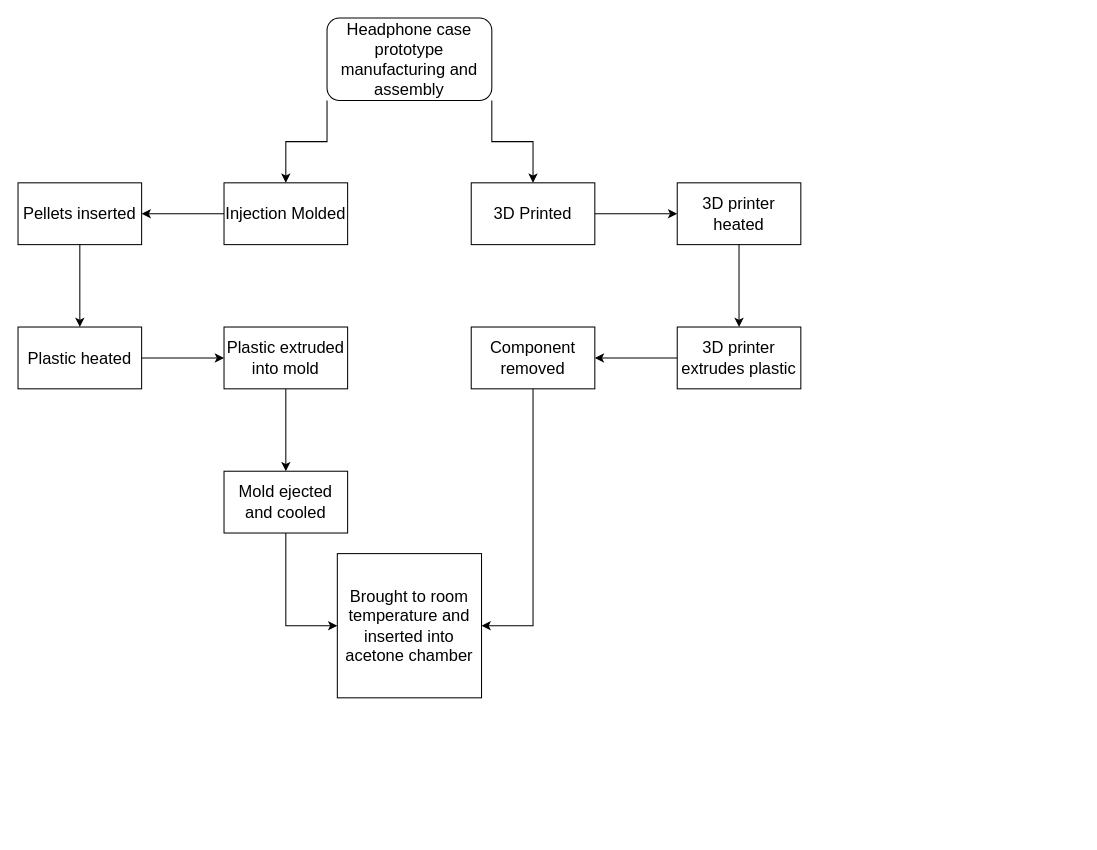
Above: Untitled Diagram.drawio in x3rmination/HeadphoneCaseFlowChart (draw.io), before the change. Source tidied: cells renumbered, new cells numbered last; positions are measured from the earlier drawing's top-left corner, leaving out a move shared by most shapes. Both pictures are drawn from the tidied source at 103%, with x=0, y=0 at pixel (18, 18).
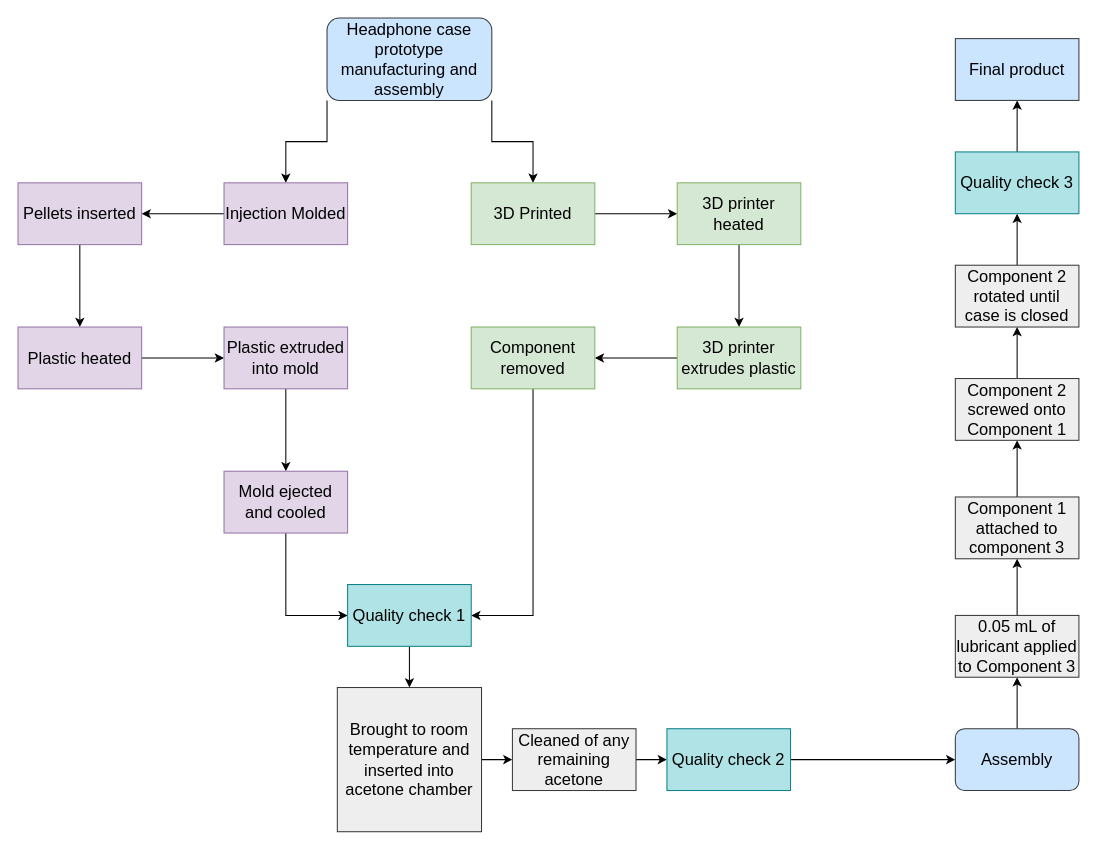
The same diagram, later.

Change to the diagram source:
```diff
@@
-    <mxCell id="4" value="&lt;font style=&quot;font-size: 16px&quot;&gt;Headphone case prototype manufacturing and assembly&lt;/font&gt;" style="rounded=1;whiteSpace=wrap;html=1;fontSize=12;glass=0;strokeWidth=1;shadow=0;" parent="1" vertex="1">
+    <mxCell id="4" value="&lt;font style=&quot;font-size: 16px&quot;&gt;Headphone case prototype manufacturing and assembly&lt;/font&gt;" style="rounded=1;whiteSpace=wrap;html=1;fontSize=12;glass=0;strokeWidth=1;shadow=0;fillColor=#cce5ff;strokeColor=#36393d;" parent="1" vertex="1">
       <mxGeometry x="300" width="160" height="80" as="geometry" />
     </mxCell>
@@
-    <mxCell id="6" value="Injection Molded" style="rounded=0;whiteSpace=wrap;html=1;fontSize=16;" parent="1" vertex="1">
+    <mxCell id="6" value="Injection Molded" style="rounded=0;whiteSpace=wrap;html=1;fontSize=16;fillColor=#e1d5e7;strokeColor=#9673a6;" parent="1" vertex="1">
       <mxGeometry x="200" y="160" width="120" height="60" as="geometry" />
     </mxCell>
@@
-    <mxCell id="8" value="3D Printed" style="rounded=0;whiteSpace=wrap;html=1;fontSize=16;" parent="1" vertex="1">
+    <mxCell id="8" value="3D Printed" style="rounded=0;whiteSpace=wrap;html=1;fontSize=16;fillColor=#d5e8d4;strokeColor=#82b366;" parent="1" vertex="1">
       <mxGeometry x="440" y="160" width="120" height="60" as="geometry" />
     </mxCell>
@@
-    <mxCell id="10" value="Pellets inserted" style="rounded=0;whiteSpace=wrap;html=1;fontSize=16;" parent="1" vertex="1">
+    <mxCell id="10" value="Pellets inserted" style="rounded=0;whiteSpace=wrap;html=1;fontSize=16;fillColor=#e1d5e7;strokeColor=#9673a6;" parent="1" vertex="1">
       <mxGeometry y="160" width="120" height="60" as="geometry" />
     </mxCell>
@@
-    <mxCell id="12" value="Plastic heated" style="rounded=0;whiteSpace=wrap;html=1;fontSize=16;" parent="1" vertex="1">
+    <mxCell id="12" value="Plastic heated" style="rounded=0;whiteSpace=wrap;html=1;fontSize=16;fillColor=#e1d5e7;strokeColor=#9673a6;" parent="1" vertex="1">
       <mxGeometry y="300" width="120" height="60" as="geometry" />
     </mxCell>
@@
-    <mxCell id="14" value="Plastic extruded into mold" style="rounded=0;whiteSpace=wrap;html=1;fontSize=16;" parent="1" vertex="1">
+    <mxCell id="14" value="Plastic extruded into mold" style="rounded=0;whiteSpace=wrap;html=1;fontSize=16;fillColor=#e1d5e7;strokeColor=#9673a6;" parent="1" vertex="1">
       <mxGeometry x="200" y="300" width="120" height="60" as="geometry" />
     </mxCell>
-    <mxCell id="15" style="edgeStyle=orthogonalEdgeStyle;rounded=0;jettySize=auto;html=1;entryX=0;entryY=0.5;entryDx=0;entryDy=0;fontSize=16;" parent="1" edge="1" source="16" target="23">
-      <mxGeometry relative="1" as="geometry" />
-    </mxCell>
+    <mxCell id="24" style="edgeStyle=orthogonalEdgeStyle;rounded=0;jettySize=auto;html=1;entryX=0;entryY=0.5;entryDx=0;entryDy=0;fontSize=16;" parent="1" edge="1" source="16" target="28">
+      <mxGeometry relative="1" as="geometry" />
+    </mxCell>
-    <mxCell id="16" value="Mold ejected and cooled" style="rounded=0;whiteSpace=wrap;html=1;fontSize=16;" parent="1" vertex="1">
+    <mxCell id="16" value="Mold ejected and cooled" style="rounded=0;whiteSpace=wrap;html=1;fontSize=16;fillColor=#e1d5e7;strokeColor=#9673a6;" parent="1" vertex="1">
       <mxGeometry x="200" y="440" width="120" height="60" as="geometry" />
     </mxCell>
@@
-    <mxCell id="18" value="3D printer heated" style="rounded=0;whiteSpace=wrap;html=1;fontSize=16;" parent="1" vertex="1">
+    <mxCell id="18" value="3D printer heated" style="rounded=0;whiteSpace=wrap;html=1;fontSize=16;fillColor=#d5e8d4;strokeColor=#82b366;" parent="1" vertex="1">
       <mxGeometry x="640" y="160" width="120" height="60" as="geometry" />
     </mxCell>
@@
-    <mxCell id="20" value="3D printer extrudes plastic" style="rounded=0;whiteSpace=wrap;html=1;fontSize=16;" parent="1" vertex="1">
+    <mxCell id="20" value="3D printer extrudes plastic" style="rounded=0;whiteSpace=wrap;html=1;fontSize=16;fillColor=#d5e8d4;strokeColor=#82b366;" parent="1" vertex="1">
       <mxGeometry x="640" y="300" width="120" height="60" as="geometry" />
     </mxCell>
-    <mxCell id="21" style="edgeStyle=orthogonalEdgeStyle;rounded=0;jettySize=auto;html=1;exitX=0.5;exitY=1;exitDx=0;exitDy=0;entryX=1;entryY=0.5;entryDx=0;entryDy=0;fontSize=16;" parent="1" edge="1" source="22" target="23">
-      <mxGeometry relative="1" as="geometry" />
-    </mxCell>
+    <mxCell id="25" style="edgeStyle=orthogonalEdgeStyle;rounded=0;jettySize=auto;html=1;entryX=1;entryY=0.5;entryDx=0;entryDy=0;fontSize=16;" parent="1" edge="1" source="22" target="28">
+      <mxGeometry relative="1" as="geometry" />
+    </mxCell>
-    <mxCell id="22" value="Component removed" style="rounded=0;whiteSpace=wrap;html=1;fontSize=16;" parent="1" vertex="1">
+    <mxCell id="22" value="Component removed" style="rounded=0;whiteSpace=wrap;html=1;fontSize=16;fillColor=#d5e8d4;strokeColor=#82b366;" parent="1" vertex="1">
       <mxGeometry x="440" y="300" width="120" height="60" as="geometry" />
     </mxCell>
+    <mxCell id="26" style="edgeStyle=orthogonalEdgeStyle;rounded=0;jettySize=auto;html=1;entryX=0;entryY=0.5;entryDx=0;entryDy=0;fontSize=16;" parent="1" edge="1" source="23" target="30">
+      <mxGeometry relative="1" as="geometry" />
+    </mxCell>
-    <mxCell id="23" value="Brought to room temperature and inserted into acetone chamber" style="rounded=0;whiteSpace=wrap;html=1;fontSize=16;" parent="1" vertex="1">
-      <mxGeometry x="310" y="520" width="140" height="140" as="geometry" />
+    <mxCell id="23" value="Brought to room temperature and inserted into acetone chamber" style="rounded=0;whiteSpace=wrap;html=1;fontSize=16;fillColor=#eeeeee;strokeColor=#36393d;" parent="1" vertex="1">
+      <mxGeometry x="310" y="650" width="140" height="140" as="geometry" />
     </mxCell>
+    <mxCell id="27" style="edgeStyle=orthogonalEdgeStyle;rounded=0;jettySize=auto;html=1;entryX=0.5;entryY=0;entryDx=0;entryDy=0;fontSize=16;" parent="1" edge="1" source="28" target="23">
+      <mxGeometry relative="1" as="geometry" />
+    </mxCell>
+    <mxCell id="28" value="Quality check 1" style="rounded=0;whiteSpace=wrap;html=1;fontSize=16;fillColor=#b0e3e6;strokeColor=#0e8088;" parent="1" vertex="1">
+      <mxGeometry x="320" y="550" width="120" height="60" as="geometry" />
+    </mxCell>
+    <mxCell id="29" style="edgeStyle=orthogonalEdgeStyle;rounded=0;jettySize=auto;html=1;fontSize=16;" parent="1" edge="1" source="30" target="32">
+      <mxGeometry relative="1" as="geometry" />
+    </mxCell>
+    <mxCell id="30" value="Cleaned of any remaining acetone" style="rounded=0;whiteSpace=wrap;html=1;fontSize=16;fillColor=#eeeeee;strokeColor=#36393d;" parent="1" vertex="1">
+      <mxGeometry x="480" y="690" width="120" height="60" as="geometry" />
+    </mxCell>
+    <mxCell id="31" style="edgeStyle=orthogonalEdgeStyle;rounded=0;jettySize=auto;html=1;fontSize=16;" parent="1" edge="1" source="32" target="34">
+      <mxGeometry relative="1" as="geometry" />
+    </mxCell>
+    <mxCell id="32" value="Quality check 2" style="whiteSpace=wrap;html=1;fontSize=16;rounded=0;fillColor=#b0e3e6;strokeColor=#0e8088;" parent="1" vertex="1">
+      <mxGeometry x="630" y="690" width="120" height="60" as="geometry" />
+    </mxCell>
+    <mxCell id="33" style="edgeStyle=orthogonalEdgeStyle;rounded=0;jettySize=auto;html=1;entryX=0.5;entryY=1;entryDx=0;entryDy=0;fontSize=16;" parent="1" edge="1" source="34" target="38">
+      <mxGeometry relative="1" as="geometry" />
+    </mxCell>
+    <mxCell id="34" value="Assembly" style="rounded=1;whiteSpace=wrap;html=1;fontSize=16;fillColor=#cce5ff;strokeColor=#36393d;" parent="1" vertex="1">
+      <mxGeometry x="910" y="690" width="120" height="60" as="geometry" />
+    </mxCell>
+    <mxCell id="35" style="edgeStyle=orthogonalEdgeStyle;rounded=0;jettySize=auto;html=1;fontSize=16;" parent="1" edge="1" source="36" target="40">
+      <mxGeometry relative="1" as="geometry" />
+    </mxCell>
+    <mxCell id="36" value="Component 1 attached to component 3" style="rounded=0;whiteSpace=wrap;html=1;fontSize=16;fillColor=#eeeeee;strokeColor=#36393d;" parent="1" vertex="1">
+      <mxGeometry x="910" y="465" width="120" height="60" as="geometry" />
+    </mxCell>
+    <mxCell id="37" style="edgeStyle=orthogonalEdgeStyle;rounded=0;jettySize=auto;html=1;entryX=0.5;entryY=1;entryDx=0;entryDy=0;fontSize=16;" parent="1" edge="1" source="38" target="36">
+      <mxGeometry relative="1" as="geometry" />
+    </mxCell>
+    <mxCell id="38" value="0.05 mL of lubricant applied to Component 3" style="rounded=0;whiteSpace=wrap;html=1;fontSize=16;fillColor=#eeeeee;strokeColor=#36393d;" parent="1" vertex="1">
+      <mxGeometry x="910" y="580" width="120" height="60" as="geometry" />
+    </mxCell>
+    <mxCell id="39" style="edgeStyle=orthogonalEdgeStyle;rounded=0;jettySize=auto;html=1;fontSize=16;" parent="1" edge="1" source="40" target="42">
+      <mxGeometry relative="1" as="geometry" />
+    </mxCell>
+    <mxCell id="40" value="Component 2 screwed onto Component 1" style="rounded=0;whiteSpace=wrap;html=1;fontSize=16;fillColor=#eeeeee;strokeColor=#36393d;" parent="1" vertex="1">
+      <mxGeometry x="910" y="350" width="120" height="60" as="geometry" />
+    </mxCell>
+    <mxCell id="41" style="edgeStyle=orthogonalEdgeStyle;rounded=0;jettySize=auto;html=1;fontSize=16;" parent="1" edge="1" source="42" target="44">
+      <mxGeometry relative="1" as="geometry" />
+    </mxCell>
+    <mxCell id="42" value="Component 2 rotated until case is closed" style="rounded=0;whiteSpace=wrap;html=1;fontSize=16;fillColor=#eeeeee;strokeColor=#36393d;" parent="1" vertex="1">
+      <mxGeometry x="910" y="240" width="120" height="60" as="geometry" />
+    </mxCell>
+    <mxCell id="43" style="edgeStyle=orthogonalEdgeStyle;rounded=0;jettySize=auto;html=1;entryX=0.5;entryY=1;entryDx=0;entryDy=0;fontSize=16;" parent="1" edge="1" source="44" target="45">
+      <mxGeometry relative="1" as="geometry" />
+    </mxCell>
+    <mxCell id="44" value="Quality check 3" style="whiteSpace=wrap;html=1;fontSize=16;rounded=0;fillColor=#b0e3e6;strokeColor=#0e8088;" parent="1" vertex="1">
+      <mxGeometry x="910" y="130" width="120" height="60" as="geometry" />
+    </mxCell>
+    <mxCell id="45" value="Final product" style="rounded=0;whiteSpace=wrap;html=1;fontSize=16;fillColor=#cce5ff;strokeColor=#36393d;" parent="1" vertex="1">
+      <mxGeometry x="910" y="20" width="120" height="60" as="geometry" />
+    </mxCell>
```
